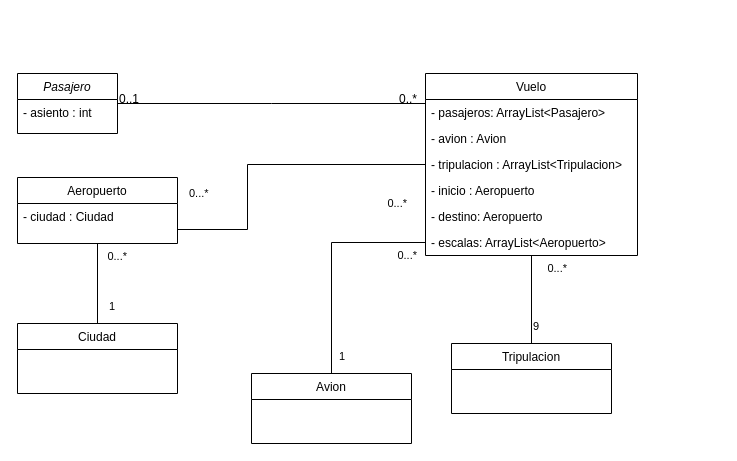
01Marina/MetodologiaDiagramasDeClases keeps this draw.io diagram as Untitled 3_c.drawio. Above is the earlier version. Source tidied: cells renumbered, new cells numbered last; positions are measured from the earlier drawing's top-left corner, leaving out a move shared by most shapes. Both pictures are drawn from the tidied source at 100%, with x=0, y=0 at pixel (17, 73).
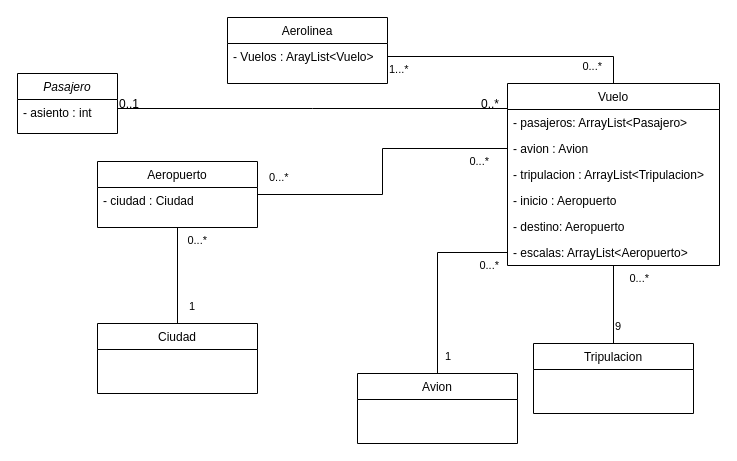
The same page after the edit.

The change refers to these unchanged cells:
```xml
<mxCell id="9" value="- avion : Avion" style="text;align=left;verticalAlign=top;spacingLeft=4;spacingRight=4;overflow=hidden;points=[[0,0.5],[1,0.5]];portConstraint=eastwest;" parent="7" vertex="1">
  <mxGeometry y="52" width="212" height="26" as="geometry" />
</mxCell>
<mxCell id="11" value="- inicio : Aeropuerto" style="text;align=left;verticalAlign=top;spacingLeft=4;spacingRight=4;overflow=hidden;points=[[0,0.5],[1,0.5]];portConstraint=eastwest;" parent="7" vertex="1">
  <mxGeometry y="104" width="212" height="26" as="geometry" />
</mxCell>
```

Change to the diagram source:
```diff
@@
     <mxCell id="4" value="Aeropuerto" style="swimlane;fontStyle=0;align=center;verticalAlign=top;horizontal=1;startSize=26;rounded=0;shadow=0;strokeWidth=1;" parent="1" vertex="1">
-      <mxGeometry y="104" width="160" height="66" as="geometry" />
+      <mxGeometry x="80" y="88" width="160" height="66" as="geometry" />
     </mxCell>
@@
     <mxCell id="6" value="Tripulacion" style="swimlane;fontStyle=0;align=center;verticalAlign=top;horizontal=1;startSize=26;rounded=0;shadow=0;strokeWidth=1;" parent="1" vertex="1">
-      <mxGeometry x="434" y="270" width="160" height="70" as="geometry" />
+      <mxGeometry x="516" y="270" width="160" height="70" as="geometry" />
     </mxCell>
     <mxCell id="7" value="Vuelo" style="swimlane;fontStyle=0;align=center;verticalAlign=top;horizontal=1;startSize=26;rounded=0;shadow=0;strokeWidth=1;" parent="1" vertex="1">
-      <mxGeometry x="408" width="212" height="182" as="geometry" />
+      <mxGeometry x="490" y="10" width="212" height="182" as="geometry" />
     </mxCell>
@@
     <mxCell id="17" value="Avion" style="swimlane;fontStyle=0;align=center;verticalAlign=top;horizontal=1;startSize=26;rounded=0;shadow=0;strokeWidth=1;" parent="1" vertex="1">
-      <mxGeometry x="234" y="300" width="160" height="70" as="geometry" />
+      <mxGeometry x="340" y="300" width="160" height="70" as="geometry" />
     </mxCell>
     <mxCell id="18" value="Ciudad" style="swimlane;fontStyle=0;align=center;verticalAlign=top;horizontal=1;startSize=26;rounded=0;shadow=0;strokeWidth=1;" parent="1" vertex="1">
-      <mxGeometry y="250" width="160" height="70" as="geometry" />
+      <mxGeometry x="80" y="250" width="160" height="70" as="geometry" />
     </mxCell>
@@
-    <mxCell id="22" style="endArrow=none;html=1;endSize=12;startArrow=none;startSize=14;startFill=0;edgeStyle=orthogonalEdgeStyle;rounded=0;endFill=0;entryX=0;entryY=0.5;entryDx=0;entryDy=0;exitX=1;exitY=0.5;exitDx=0;exitDy=0;" parent="1" edge="1" source="4" target="11">
-      <mxGeometry relative="1" as="geometry">
-        <Array as="points">
-          <mxPoint x="230" y="156" />
-          <mxPoint x="230" y="91" />
-        </Array>
-      </mxGeometry>
+    <mxCell id="22" style="endArrow=none;html=1;endSize=12;startArrow=none;startSize=14;startFill=0;rounded=0;endFill=0;entryX=0;entryY=0.5;entryDx=0;entryDy=0;exitX=1;exitY=0.5;exitDx=0;exitDy=0;edgeStyle=orthogonalEdgeStyle;" parent="1" edge="1" source="4" target="9">
+      <mxGeometry relative="1" as="geometry" />
     </mxCell>
@@
+    <mxCell id="31" value="Aerolinea" style="swimlane;fontStyle=0;align=center;verticalAlign=top;horizontal=1;startSize=26;rounded=0;shadow=0;strokeWidth=1;" parent="1" vertex="1">
+      <mxGeometry x="210" y="-56" width="160" height="66" as="geometry" />
+    </mxCell>
+    <mxCell id="32" value="- Vuelos : ArayList&lt;Vuelo&gt;" style="text;align=left;verticalAlign=top;spacingLeft=4;spacingRight=4;overflow=hidden;points=[[0,0.5],[1,0.5]];portConstraint=eastwest;" parent="31" vertex="1">
+      <mxGeometry y="26" width="160" height="26" as="geometry" />
+    </mxCell>
+    <mxCell id="33" style="endArrow=none;html=1;endSize=12;startArrow=none;startSize=14;startFill=0;rounded=0;entryX=0.5;entryY=0;entryDx=0;entryDy=0;exitX=1;exitY=0.5;exitDx=0;exitDy=0;endFill=0;edgeStyle=orthogonalEdgeStyle;" parent="1" edge="1" source="32" target="7">
+      <mxGeometry relative="1" as="geometry" />
+    </mxCell>
+    <mxCell id="34" value="1...*" style="edgeLabel;html=1;align=left;verticalAlign=top;" parent="33" vertex="1">
+      <mxGeometry x="-1" relative="1" as="geometry" />
+    </mxCell>
+    <mxCell id="35" value="0...*" style="edgeLabel;html=1;align=right;verticalAlign=top;" parent="33" vertex="1">
+      <mxGeometry x="1" relative="1" as="geometry">
+        <mxPoint x="-11" y="-30" as="offset" />
+      </mxGeometry>
+    </mxCell>
```
